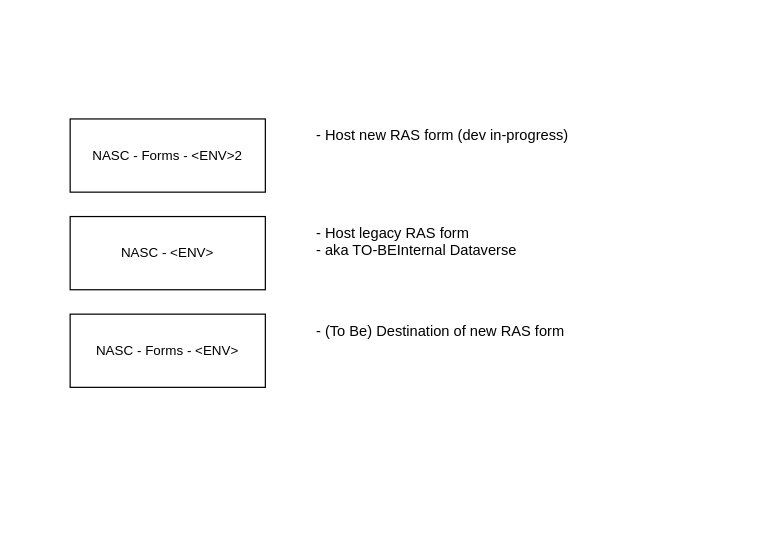
Earlier version of the draw.io diagram page "Page-3" (3 of 3) of logging/Untitled Diagram.drawio (danieldotskc/helloworld). Source tidied: cells renumbered, new cells numbered last; positions are measured from the earlier drawing's top-left corner, leaving out a move shared by most shapes. Both pictures are drawn from the tidied source at 122%, with x=0, y=0 at pixel (70, 118).
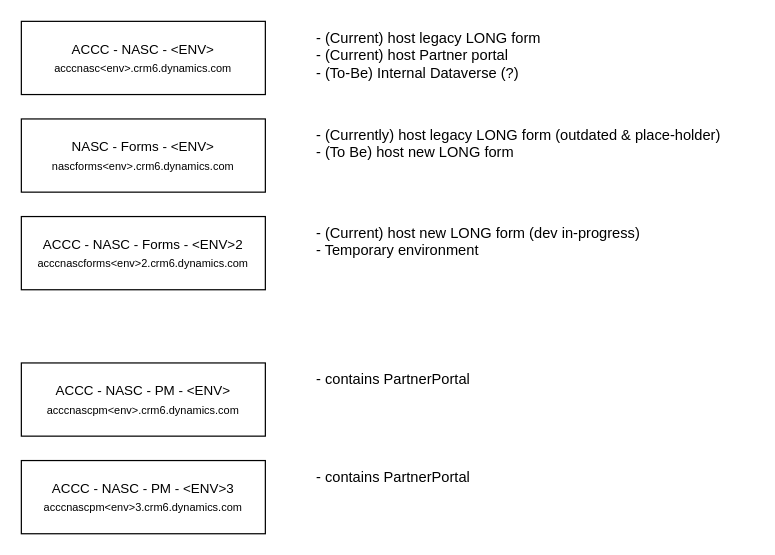
After the change.

Diff of the diagram source:
```diff
@@
 <mxGraphModel>
   <root>
     <mxCell id="0" />
     <mxCell id="1" parent="0" />
-    <mxCell id="2" value="&lt;font style=&quot;font-size: 11px;&quot;&gt;NASC - Forms - &amp;lt;ENV&amp;gt;2&lt;/font&gt;" style="rounded=0;whiteSpace=wrap;html=1;" parent="1" vertex="1">
-      <mxGeometry width="160" height="60" as="geometry" />
+    <mxCell id="2" value="&lt;font style=&quot;font-size: 11px;&quot;&gt;ACCC - NASC - Forms - &amp;lt;ENV&amp;gt;2&lt;/font&gt;&lt;div&gt;&lt;font style=&quot;font-size: 9px;&quot;&gt;acccnascforms&amp;lt;env&amp;gt;2.crm6.dynamics.com&lt;/font&gt;&lt;/div&gt;" style="rounded=0;whiteSpace=wrap;html=1;" parent="1" vertex="1">
+      <mxGeometry x="-40" y="80" width="200" height="60" as="geometry" />
     </mxCell>
-    <mxCell id="3" value="&lt;font style=&quot;font-size: 11px;&quot;&gt;NASC - &amp;lt;ENV&amp;gt;&lt;/font&gt;" style="rounded=0;whiteSpace=wrap;html=1;" parent="1" vertex="1">
-      <mxGeometry y="80" width="160" height="60" as="geometry" />
+    <mxCell id="3" value="&lt;font style=&quot;font-size: 11px;&quot;&gt;ACCC - NASC - &amp;lt;ENV&amp;gt;&lt;/font&gt;&lt;div&gt;&lt;font style=&quot;font-size: 9px;&quot;&gt;acccnasc&amp;lt;env&amp;gt;.crm6.dynamics.com&lt;/font&gt;&lt;/div&gt;" style="rounded=0;whiteSpace=wrap;html=1;" parent="1" vertex="1">
+      <mxGeometry x="-40" y="-80" width="200" height="60" as="geometry" />
     </mxCell>
-    <mxCell id="4" value="&lt;span style=&quot;font-size: 11px;&quot;&gt;NASC - Forms - &amp;lt;ENV&amp;gt;&lt;/span&gt;" style="rounded=0;whiteSpace=wrap;html=1;" parent="1" vertex="1">
-      <mxGeometry y="160" width="160" height="60" as="geometry" />
+    <mxCell id="4" value="&lt;span style=&quot;font-size: 11px;&quot;&gt;NASC - Forms - &amp;lt;ENV&amp;gt;&lt;/span&gt;&lt;div&gt;&lt;font style=&quot;font-size: 9px;&quot;&gt;nascforms&amp;lt;env&amp;gt;.crm6.dynamics.com&lt;/font&gt;&lt;/div&gt;" style="rounded=0;whiteSpace=wrap;html=1;" parent="1" vertex="1">
+      <mxGeometry x="-40" width="200" height="60" as="geometry" />
     </mxCell>
-    <mxCell id="5" value="- Host new RAS form (dev in-progress)" style="text;html=1;whiteSpace=wrap;strokeColor=none;fillColor=none;align=left;verticalAlign=top;rounded=0;" parent="1" vertex="1">
-      <mxGeometry x="200" width="320" height="30" as="geometry" />
+    <mxCell id="5" value="- (Current) host new LONG form (dev in-progress)&lt;div&gt;- Temporary environment&lt;/div&gt;" style="text;html=1;whiteSpace=wrap;strokeColor=none;fillColor=none;align=left;verticalAlign=top;rounded=0;" parent="1" vertex="1">
+      <mxGeometry x="200" y="80" width="320" height="60" as="geometry" />
     </mxCell>
-    <mxCell id="6" value="- Host legacy RAS form&lt;div&gt;- aka TO-BEInternal Dataverse&lt;/div&gt;" style="text;html=1;whiteSpace=wrap;strokeColor=none;fillColor=none;align=left;verticalAlign=top;rounded=0;" parent="1" vertex="1">
-      <mxGeometry x="200" y="80" width="320" height="60" as="geometry" />
+    <mxCell id="6" value="- (Current) host legacy LONG form&lt;div&gt;- (Current) host Partner portal&lt;br&gt;&lt;div&gt;- (To-Be) Internal Dataverse (?)&lt;/div&gt;&lt;/div&gt;" style="text;html=1;whiteSpace=wrap;strokeColor=none;fillColor=none;align=left;verticalAlign=top;rounded=0;" parent="1" vertex="1">
+      <mxGeometry x="200" y="-80" width="320" height="60" as="geometry" />
     </mxCell>
-    <mxCell id="7" value="- (To Be) Destination of new RAS form" style="text;html=1;whiteSpace=wrap;strokeColor=none;fillColor=none;align=left;verticalAlign=top;rounded=0;" parent="1" vertex="1">
-      <mxGeometry x="200" y="160" width="320" height="30" as="geometry" />
+    <mxCell id="7" value="&lt;div&gt;- (Currently) host legacy LONG form (outdated &amp;amp; place-holder)&lt;/div&gt;&lt;div&gt;- (To Be) host new LONG form&lt;/div&gt;" style="text;html=1;whiteSpace=wrap;strokeColor=none;fillColor=none;align=left;verticalAlign=top;rounded=0;" parent="1" vertex="1">
+      <mxGeometry x="200" width="360" height="60" as="geometry" />
     </mxCell>
+    <mxCell id="8" value="&lt;span style=&quot;font-size: 11px;&quot;&gt;ACCC - NASC - PM - &amp;lt;ENV&amp;gt;&lt;/span&gt;&lt;div&gt;&lt;font style=&quot;font-size: 9px;&quot;&gt;acccnascpm&amp;lt;env&amp;gt;.crm6.dynamics.com&lt;/font&gt;&lt;/div&gt;" style="rounded=0;whiteSpace=wrap;html=1;" parent="1" vertex="1">
+      <mxGeometry x="-40" y="200" width="200" height="60" as="geometry" />
+    </mxCell>
+    <mxCell id="9" value="&lt;div&gt;&lt;span style=&quot;background-color: transparent; color: light-dark(rgb(0, 0, 0), rgb(255, 255, 255));&quot;&gt;- contains PartnerPortal&lt;/span&gt;&lt;/div&gt;" style="text;html=1;whiteSpace=wrap;strokeColor=none;fillColor=none;align=left;verticalAlign=top;rounded=0;" parent="1" vertex="1">
+      <mxGeometry x="200" y="200" width="360" height="60" as="geometry" />
+    </mxCell>
+    <mxCell id="10" value="&lt;span style=&quot;font-size: 11px;&quot;&gt;ACCC - NASC - PM - &amp;lt;ENV&amp;gt;3&lt;/span&gt;&lt;div&gt;&lt;font style=&quot;font-size: 9px;&quot;&gt;acccnascpm&amp;lt;env&amp;gt;3.crm6.dynamics.com&lt;/font&gt;&lt;/div&gt;" style="rounded=0;whiteSpace=wrap;html=1;" parent="1" vertex="1">
+      <mxGeometry x="-40" y="280" width="200" height="60" as="geometry" />
+    </mxCell>
+    <mxCell id="11" value="&lt;div&gt;&lt;span style=&quot;background-color: transparent; color: light-dark(rgb(0, 0, 0), rgb(255, 255, 255));&quot;&gt;- contains PartnerPortal&lt;/span&gt;&lt;/div&gt;" style="text;html=1;whiteSpace=wrap;strokeColor=none;fillColor=none;align=left;verticalAlign=top;rounded=0;" parent="1" vertex="1">
+      <mxGeometry x="200" y="280" width="360" height="60" as="geometry" />
+    </mxCell>
   </root>
 </mxGraphModel>
```
